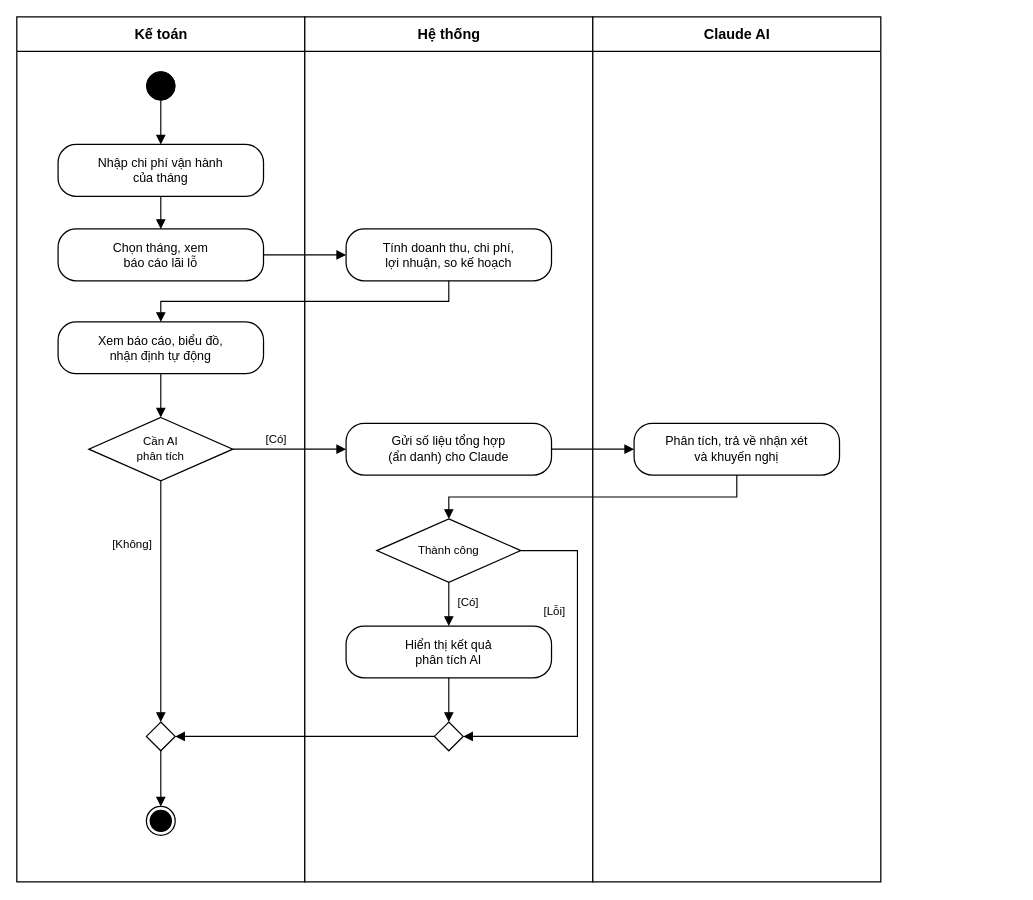
Above: docs/thiet-ke/hd-lai-lo-ai.drawio in ngynquchn2511/beach-hotel (draw.io), before the change. Source tidied: cells renumbered, new cells numbered last; positions are measured from the earlier drawing's top-left corner, leaving out a move shared by most shapes. Both pictures are drawn from the tidied source at 96%, with x=0, y=0 at pixel (16, 16).
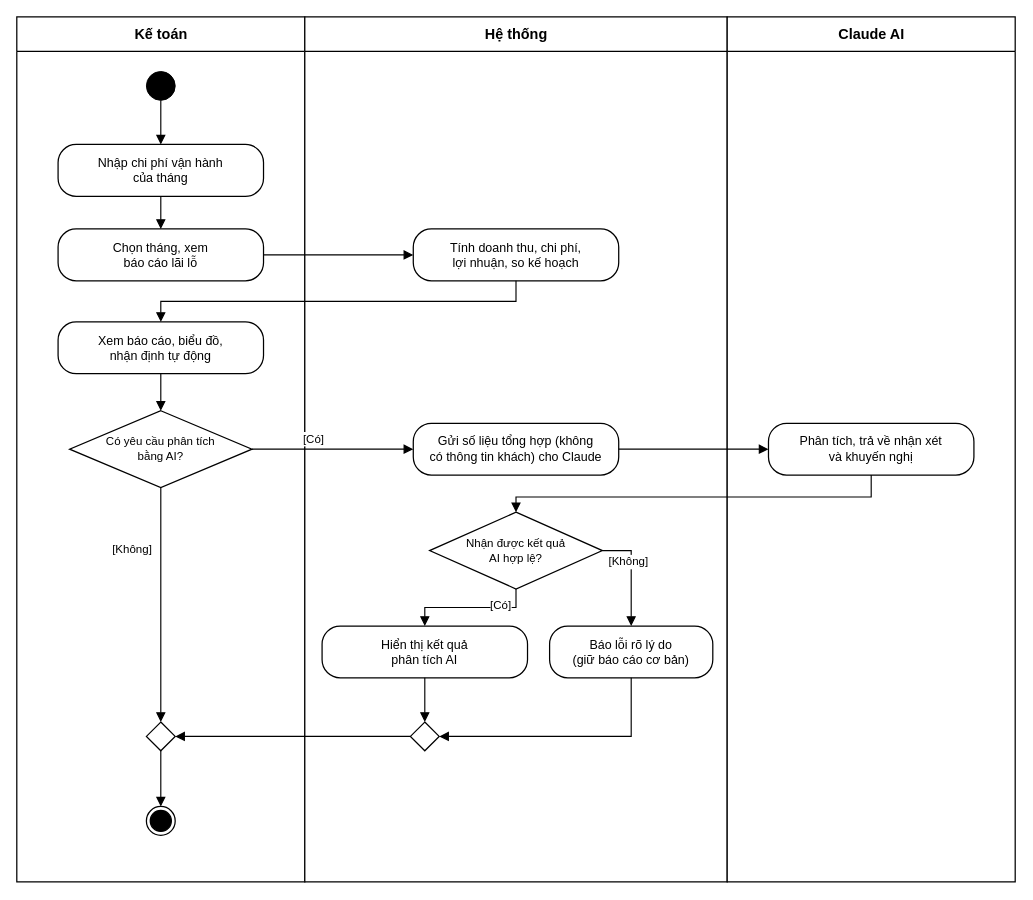
The same diagram, later.

Unchanged cells that the change refers to:
```xml
<mxCell id="9" value="Xem báo cáo, biểu đồ,&lt;br&gt;nhận định tự động" style="fontFamily=Arial;fontColor=#000000;rounded=1;whiteSpace=wrap;html=1;arcSize=35;fillColor=#FFFFFF;strokeColor=#000000;strokeWidth=1.3;fontSize=13;spacing=6;" parent="1" vertex="1">
  <mxGeometry x="43" y="317.8" width="214" height="54" as="geometry" />
</mxCell>
```

What changed in the source:
```diff
@@
     <mxCell id="3" value="Hệ thống" style="fontFamily=Arial;fontColor=#000000;swimlane;horizontal=1;startSize=36;html=1;fillColor=#FFFFFF;strokeColor=#000000;strokeWidth=1.3;fontSize=15;fontStyle=1;swimlaneFillColor=#FFFFFF;" parent="1" vertex="1">
-      <mxGeometry x="300" width="300" height="901.2" as="geometry" />
+      <mxGeometry x="300" width="440" height="901.2" as="geometry" />
     </mxCell>
     <mxCell id="4" value="Claude AI" style="fontFamily=Arial;fontColor=#000000;swimlane;horizontal=1;startSize=36;html=1;fillColor=#FFFFFF;strokeColor=#000000;strokeWidth=1.3;fontSize=15;fontStyle=1;swimlaneFillColor=#FFFFFF;" parent="1" vertex="1">
-      <mxGeometry x="600" width="300" height="901.2" as="geometry" />
+      <mxGeometry x="740" width="300" height="901.2" as="geometry" />
     </mxCell>
@@
     <mxCell id="8" value="Tính doanh thu, chi phí,&lt;br&gt;lợi nhuận, so kế hoạch" style="fontFamily=Arial;fontColor=#000000;rounded=1;whiteSpace=wrap;html=1;arcSize=35;fillColor=#FFFFFF;strokeColor=#000000;strokeWidth=1.3;fontSize=13;spacing=6;" parent="1" vertex="1">
-      <mxGeometry x="343" y="221" width="214" height="54" as="geometry" />
+      <mxGeometry x="413" y="221" width="214" height="54" as="geometry" />
     </mxCell>
@@
-    <mxCell id="10" value="Cần AI&lt;br&gt;phân tích" style="fontFamily=Arial;fontColor=#000000;rhombus;whiteSpace=wrap;html=1;fillColor=#FFFFFF;strokeColor=#000000;strokeWidth=1.3;fontSize=12;" parent="1" vertex="1">
-      <mxGeometry x="75" y="417.4" width="150" height="66" as="geometry" />
+    <mxCell id="10" value="Có yêu cầu phân tích&lt;br&gt;bằng AI?" style="fontFamily=Arial;fontColor=#000000;rhombus;whiteSpace=wrap;html=1;fillColor=#FFFFFF;strokeColor=#000000;strokeWidth=1.3;fontSize=12;" parent="1" vertex="1">
+      <mxGeometry x="55" y="410.4" width="190" height="80" as="geometry" />
     </mxCell>
-    <mxCell id="11" value="Gửi số liệu tổng hợp&lt;br&gt;(ẩn danh) cho Claude" style="fontFamily=Arial;fontColor=#000000;rounded=1;whiteSpace=wrap;html=1;arcSize=35;fillColor=#FFFFFF;strokeColor=#000000;strokeWidth=1.3;fontSize=13;spacing=6;" parent="1" vertex="1">
-      <mxGeometry x="343" y="423.4" width="214" height="54" as="geometry" />
+    <mxCell id="11" value="Gửi số liệu tổng hợp (không&lt;br&gt;có thông tin khách) cho Claude" style="fontFamily=Arial;fontColor=#000000;rounded=1;whiteSpace=wrap;html=1;arcSize=35;fillColor=#FFFFFF;strokeColor=#000000;strokeWidth=1.3;fontSize=13;spacing=6;" parent="1" vertex="1">
+      <mxGeometry x="413" y="423.4" width="214" height="54" as="geometry" />
     </mxCell>
     <mxCell id="12" value="Phân tích, trả về nhận xét&lt;br&gt;và khuyến nghị" style="fontFamily=Arial;fontColor=#000000;rounded=1;whiteSpace=wrap;html=1;arcSize=35;fillColor=#FFFFFF;strokeColor=#000000;strokeWidth=1.3;fontSize=13;spacing=6;" parent="1" vertex="1">
-      <mxGeometry x="643" y="423.4" width="214" height="54" as="geometry" />
+      <mxGeometry x="783" y="423.4" width="214" height="54" as="geometry" />
     </mxCell>
-    <mxCell id="13" value="Thành công" style="fontFamily=Arial;fontColor=#000000;rhombus;whiteSpace=wrap;html=1;fillColor=#FFFFFF;strokeColor=#000000;strokeWidth=1.3;fontSize=12;" parent="1" vertex="1">
-      <mxGeometry x="375" y="523" width="150" height="66" as="geometry" />
+    <mxCell id="13" value="Nhận được kết quả&lt;br&gt;AI hợp lệ?" style="fontFamily=Arial;fontColor=#000000;rhombus;whiteSpace=wrap;html=1;fillColor=#FFFFFF;strokeColor=#000000;strokeWidth=1.3;fontSize=12;" parent="1" vertex="1">
+      <mxGeometry x="430" y="516" width="180" height="80" as="geometry" />
     </mxCell>
     <mxCell id="14" value="Hiển thị kết quả&lt;br&gt;phân tích AI" style="fontFamily=Arial;fontColor=#000000;rounded=1;whiteSpace=wrap;html=1;arcSize=35;fillColor=#FFFFFF;strokeColor=#000000;strokeWidth=1.3;fontSize=13;spacing=6;" parent="1" vertex="1">
-      <mxGeometry x="343" y="634.6" width="214" height="54" as="geometry" />
+      <mxGeometry x="318" y="634.6" width="214" height="54" as="geometry" />
     </mxCell>
     <mxCell id="15" style="fontFamily=Arial;fontColor=#000000;rhombus;whiteSpace=wrap;html=1;fillColor=#FFFFFF;strokeColor=#000000;strokeWidth=1.3;fontSize=12;" parent="1" vertex="1">
-      <mxGeometry x="435" y="734.6" width="30" height="30" as="geometry" />
+      <mxGeometry x="410" y="734.6" width="30" height="30" as="geometry" />
     </mxCell>
@@
     <mxCell id="21" style="fontFamily=Arial;fontColor=#000000;edgeStyle=orthogonalEdgeStyle;rounded=0;html=1;endArrow=block;endFill=1;endSize=7;strokeColor=#000000;strokeWidth=1.2;fontSize=12;labelBackgroundColor=#FFFFFF;exitX=0.5;exitY=1;exitDx=0;exitDy=0;entryX=0.5;entryY=0;entryDx=0;entryDy=0;" parent="1" edge="1" source="8" target="9">
       <mxGeometry relative="1" as="geometry">
         <Array as="points">
-          <mxPoint x="450" y="296.4" />
+          <mxPoint x="520" y="296.4" />
           <mxPoint x="150" y="296.4" />
         </Array>
       </mxGeometry>
     </mxCell>
@@
     <mxCell id="25" style="fontFamily=Arial;fontColor=#000000;edgeStyle=orthogonalEdgeStyle;rounded=0;html=1;endArrow=block;endFill=1;endSize=7;strokeColor=#000000;strokeWidth=1.2;fontSize=12;labelBackgroundColor=#FFFFFF;exitX=0.5;exitY=1;exitDx=0;exitDy=0;entryX=0.5;entryY=0;entryDx=0;entryDy=0;" parent="1" edge="1" source="12" target="13">
       <mxGeometry relative="1" as="geometry">
         <Array as="points">
-          <mxPoint x="750" y="500.2" />
-          <mxPoint x="450" y="500.2" />
+          <mxPoint x="890" y="500.2" />
+          <mxPoint x="520" y="500.2" />
         </Array>
       </mxGeometry>
     </mxCell>
     <mxCell id="26" value="[Có]" style="fontFamily=Arial;fontColor=#000000;edgeStyle=orthogonalEdgeStyle;rounded=0;html=1;endArrow=block;endFill=1;endSize=7;strokeColor=#000000;strokeWidth=1.2;fontSize=12;labelBackgroundColor=#FFFFFF;exitX=0.5;exitY=1;exitDx=0;exitDy=0;entryX=0.5;entryY=0;entryDx=0;entryDy=0;" parent="1" edge="1" source="13" target="14">
-      <mxGeometry x="-0.08" y="20" relative="1" as="geometry" />
+      <mxGeometry x="-0.75" y="-16" relative="1" as="geometry">
+        <Array as="points">
+          <mxPoint x="520" y="615.3" />
+          <mxPoint x="425" y="615.3" />
+        </Array>
+      </mxGeometry>
     </mxCell>
-    <mxCell id="27" value="[Lỗi]" style="fontFamily=Arial;fontColor=#000000;edgeStyle=orthogonalEdgeStyle;rounded=0;html=1;endArrow=block;endFill=1;endSize=7;strokeColor=#000000;strokeWidth=1.2;fontSize=12;labelBackgroundColor=#FFFFFF;exitX=1;exitY=0.5;exitDx=0;exitDy=0;entryX=1;entryY=0.5;entryDx=0;entryDy=0;" parent="1" edge="1" source="13" target="15">
-      <mxGeometry x="-0.34" y="-24" relative="1" as="geometry">
+    <mxCell id="27" value="[Không]" style="fontFamily=Arial;fontColor=#000000;edgeStyle=orthogonalEdgeStyle;rounded=0;html=1;endArrow=block;endFill=1;endSize=7;strokeColor=#000000;strokeWidth=1.2;fontSize=12;labelBackgroundColor=#FFFFFF;exitX=1;exitY=0.5;exitDx=0;exitDy=0;entryX=0.5;entryY=0;entryDx=0;entryDy=0;" parent="1" edge="1" source="13" target="32">
+      <mxGeometry x="-0.5" y="-12" relative="1" as="geometry">
         <Array as="points">
-          <mxPoint x="584" y="556" />
-          <mxPoint x="584" y="749.6" />
+          <mxPoint x="640" y="556" />
         </Array>
       </mxGeometry>
     </mxCell>
@@
+    <mxCell id="32" value="Báo lỗi rõ lý do&lt;br&gt;(giữ báo cáo cơ bản)" style="fontFamily=Arial;fontColor=#000000;rounded=1;whiteSpace=wrap;html=1;arcSize=35;fillColor=#FFFFFF;strokeColor=#000000;strokeWidth=1.3;fontSize=13;spacing=6;" parent="1" vertex="1">
+      <mxGeometry x="555" y="634.6" width="170" height="54" as="geometry" />
+    </mxCell>
+    <mxCell id="33" style="fontFamily=Arial;fontColor=#000000;edgeStyle=orthogonalEdgeStyle;rounded=0;html=1;endArrow=block;endFill=1;endSize=7;strokeColor=#000000;strokeWidth=1.2;fontSize=12;labelBackgroundColor=#FFFFFF;exitX=0.5;exitY=1;exitDx=0;exitDy=0;entryX=1;entryY=0.5;entryDx=0;entryDy=0;" parent="1" edge="1" source="32" target="15">
+      <mxGeometry relative="1" as="geometry">
+        <Array as="points">
+          <mxPoint x="640" y="749.6" />
+        </Array>
+      </mxGeometry>
+    </mxCell>
```
